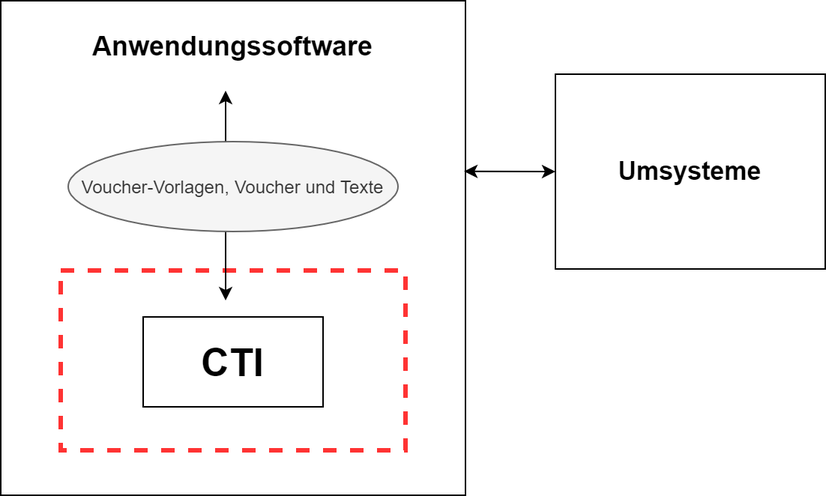
LucaRitz/ticket-recognition keeps this draw.io diagram as docs/Systemumfeld_fachlich.png. Above is the earlier version. Source tidied: cells renumbered, new cells last; positions are measured from the earlier drawing's top-left corner, leaving out a move shared by most shapes. Source of this version:
```xml
<mxGraphModel>
  <root>
    <mxCell id="0" />
    <mxCell id="1" parent="0" />
    <mxCell id="2" value="&lt;font style=&quot;font-size: 18px&quot;&gt;&lt;b&gt;&lt;br&gt;&lt;/b&gt;&lt;/font&gt;" style="rounded=0;whiteSpace=wrap;html=1;strokeColor=#000000;strokeWidth=1;fillColor=none;align=left;" parent="1" vertex="1">
      <mxGeometry width="310" height="330" as="geometry" />
    </mxCell>
    <mxCell id="3" style="rounded=0;whiteSpace=wrap;html=1;dashed=1;strokeColor=#FF3333;fillColor=none;strokeWidth=3;" parent="1" vertex="1">
      <mxGeometry x="40" y="180" width="230" height="120" as="geometry" />
    </mxCell>
    <mxCell id="4" value="&lt;b&gt;&lt;font style=&quot;font-size: 26px&quot;&gt;CTI&lt;/font&gt;&lt;/b&gt;" style="rounded=0;whiteSpace=wrap;html=1;strokeColor=#000000;strokeWidth=1;fillColor=none;" parent="1" vertex="1">
      <mxGeometry x="95" y="211" width="120" height="60" as="geometry" />
    </mxCell>
    <mxCell id="5" style="endArrow=classic;startArrow=classic;html=1;" parent="1" edge="1">
      <mxGeometry relative="1" as="geometry">
        <mxPoint x="150" y="60" as="sourcePoint" />
        <mxPoint x="150" y="200" as="targetPoint" />
      </mxGeometry>
    </mxCell>
    <mxCell id="6" value="Voucher-Vorlagen, Voucher und Texte" style="ellipse;whiteSpace=wrap;html=1;strokeColor=#666666;strokeWidth=1;fillColor=#f5f5f5;fontColor=#333333;" parent="1" vertex="1">
      <mxGeometry x="45" y="94" width="220" height="60" as="geometry" />
    </mxCell>
    <mxCell id="7" value="&lt;font style=&quot;font-size: 18px&quot;&gt;&lt;b&gt;Anwendungssoftware&lt;/b&gt;&lt;/font&gt;" style="text;html=1;strokeColor=none;fillColor=none;align=center;verticalAlign=middle;whiteSpace=wrap;rounded=0;" parent="1" vertex="1">
      <mxGeometry x="65" y="20" width="180" height="20" as="geometry" />
    </mxCell>
    <mxCell id="8" value="&lt;font style=&quot;font-size: 17px&quot;&gt;&lt;b&gt;Umsysteme&lt;/b&gt;&lt;/font&gt;" style="rounded=0;whiteSpace=wrap;html=1;strokeColor=#000000;strokeWidth=1;fillColor=none;" parent="1" vertex="1">
      <mxGeometry x="370" y="49" width="180" height="130" as="geometry" />
    </mxCell>
    <mxCell id="9" style="endArrow=classic;startArrow=classic;html=1;exitX=0;exitY=0.5;exitDx=0;exitDy=0;entryX=0.997;entryY=0.345;entryDx=0;entryDy=0;entryPerimeter=0;" parent="1" edge="1" source="8" target="2">
      <mxGeometry relative="1" as="geometry" />
    </mxCell>
  </root>
</mxGraphModel>
```
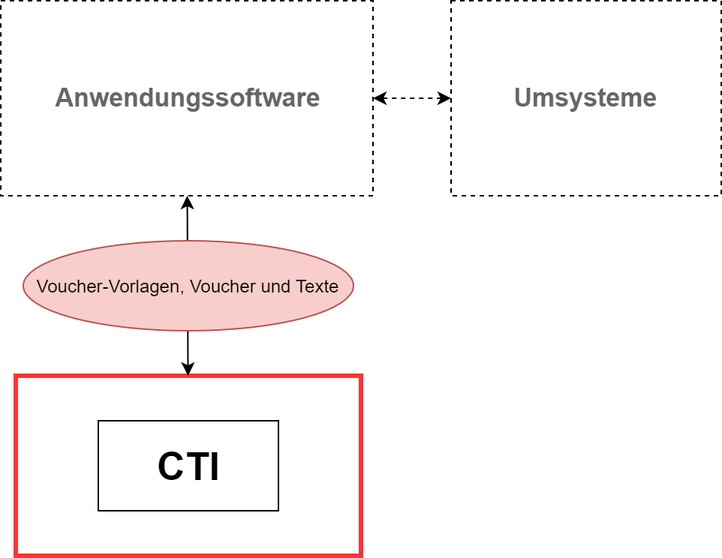
Above is the later version.

The edit, as a diff of the source:
```diff
@@ -2,32 +2,26 @@
   <root>
     <mxCell id="0" />
     <mxCell id="1" parent="0" />
-    <mxCell id="2" value="&lt;font style=&quot;font-size: 18px&quot;&gt;&lt;b&gt;&lt;br&gt;&lt;/b&gt;&lt;/font&gt;" style="rounded=0;whiteSpace=wrap;html=1;strokeColor=#000000;strokeWidth=1;fillColor=none;align=left;" parent="1" vertex="1">
-      <mxGeometry width="310" height="330" as="geometry" />
-    </mxCell>
-    <mxCell id="3" style="rounded=0;whiteSpace=wrap;html=1;dashed=1;strokeColor=#FF3333;fillColor=none;strokeWidth=3;" parent="1" vertex="1">
-      <mxGeometry x="40" y="180" width="230" height="120" as="geometry" />
+    <mxCell id="3" style="rounded=0;whiteSpace=wrap;html=1;strokeColor=#FF3333;fillColor=none;strokeWidth=3;" parent="1" vertex="1">
+      <mxGeometry x="40" y="270" width="230" height="120" as="geometry" />
     </mxCell>
     <mxCell id="4" value="&lt;b&gt;&lt;font style=&quot;font-size: 26px&quot;&gt;CTI&lt;/font&gt;&lt;/b&gt;" style="rounded=0;whiteSpace=wrap;html=1;strokeColor=#000000;strokeWidth=1;fillColor=none;" parent="1" vertex="1">
-      <mxGeometry x="95" y="211" width="120" height="60" as="geometry" />
+      <mxGeometry x="95" y="300" width="120" height="60" as="geometry" />
     </mxCell>
-    <mxCell id="5" style="endArrow=classic;startArrow=classic;html=1;" parent="1" edge="1">
-      <mxGeometry relative="1" as="geometry">
-        <mxPoint x="150" y="60" as="sourcePoint" />
-        <mxPoint x="150" y="200" as="targetPoint" />
-      </mxGeometry>
+    <mxCell id="5" style="endArrow=classic;startArrow=classic;html=1;" parent="1" edge="1" source="7" target="3">
+      <mxGeometry relative="1" as="geometry" />
     </mxCell>
-    <mxCell id="6" value="Voucher-Vorlagen, Voucher und Texte" style="ellipse;whiteSpace=wrap;html=1;strokeColor=#666666;strokeWidth=1;fillColor=#f5f5f5;fontColor=#333333;" parent="1" vertex="1">
-      <mxGeometry x="45" y="94" width="220" height="60" as="geometry" />
+    <mxCell id="6" value="Voucher-Vorlagen, Voucher und Texte" style="ellipse;whiteSpace=wrap;html=1;strokeColor=#b85450;strokeWidth=1;fillColor=#f8cecc;" parent="1" vertex="1">
+      <mxGeometry x="45" y="180" width="220" height="60" as="geometry" />
     </mxCell>
-    <mxCell id="7" value="&lt;font style=&quot;font-size: 18px&quot;&gt;&lt;b&gt;Anwendungssoftware&lt;/b&gt;&lt;/font&gt;" style="text;html=1;strokeColor=none;fillColor=none;align=center;verticalAlign=middle;whiteSpace=wrap;rounded=0;" parent="1" vertex="1">
-      <mxGeometry x="65" y="20" width="180" height="20" as="geometry" />
-    </mxCell>
-    <mxCell id="8" value="&lt;font style=&quot;font-size: 17px&quot;&gt;&lt;b&gt;Umsysteme&lt;/b&gt;&lt;/font&gt;" style="rounded=0;whiteSpace=wrap;html=1;strokeColor=#000000;strokeWidth=1;fillColor=none;" parent="1" vertex="1">
-      <mxGeometry x="370" y="49" width="180" height="130" as="geometry" />
+    <mxCell id="8" value="&lt;font style=&quot;font-size: 17px&quot;&gt;&lt;b&gt;Umsysteme&lt;/b&gt;&lt;/font&gt;" style="rounded=0;whiteSpace=wrap;html=1;strokeColor=#000000;strokeWidth=1;fillColor=none;dashed=1;fontColor=#666666;" parent="1" vertex="1">
+      <mxGeometry x="330" y="20" width="180" height="130" as="geometry" />
     </mxCell>
-    <mxCell id="9" style="endArrow=classic;startArrow=classic;html=1;exitX=0;exitY=0.5;exitDx=0;exitDy=0;entryX=0.997;entryY=0.345;entryDx=0;entryDy=0;entryPerimeter=0;" parent="1" edge="1" source="8" target="2">
+    <mxCell id="9" style="endArrow=classic;startArrow=classic;html=1;exitX=0;exitY=0.5;exitDx=0;exitDy=0;dashed=1;entryX=1;entryY=0.5;entryDx=0;entryDy=0;" parent="1" edge="1" source="8" target="7">
       <mxGeometry relative="1" as="geometry" />
     </mxCell>
+    <mxCell id="7" value="&lt;font style=&quot;font-size: 17px&quot;&gt;&lt;b&gt;Anwendungssoftware&lt;/b&gt;&lt;/font&gt;" style="rounded=0;whiteSpace=wrap;html=1;strokeColor=#000000;strokeWidth=1;fillColor=none;dashed=1;fontColor=#666666;" parent="1" vertex="1">
+      <mxGeometry x="30" y="20" width="248" height="130" as="geometry" />
+    </mxCell>
   </root>
 </mxGraphModel>
```
